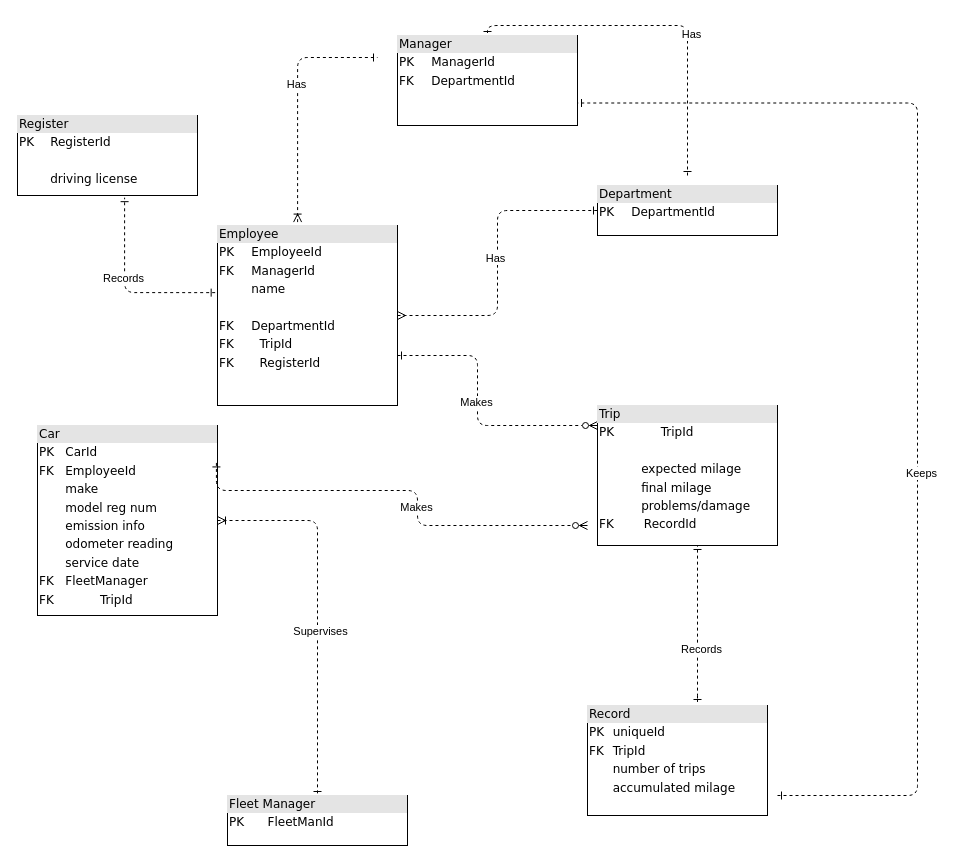
InesCortina/git-demo keeps this draw.io diagram as Untitled Diagram.drawio. Above is the earlier version. Source tidied: cells renumbered, new cells numbered last; positions are measured from the earlier drawing's top-left corner, leaving out a move shared by most shapes. Both pictures are drawn from the tidied source at 100%, with x=0, y=0 at pixel (17, 25).
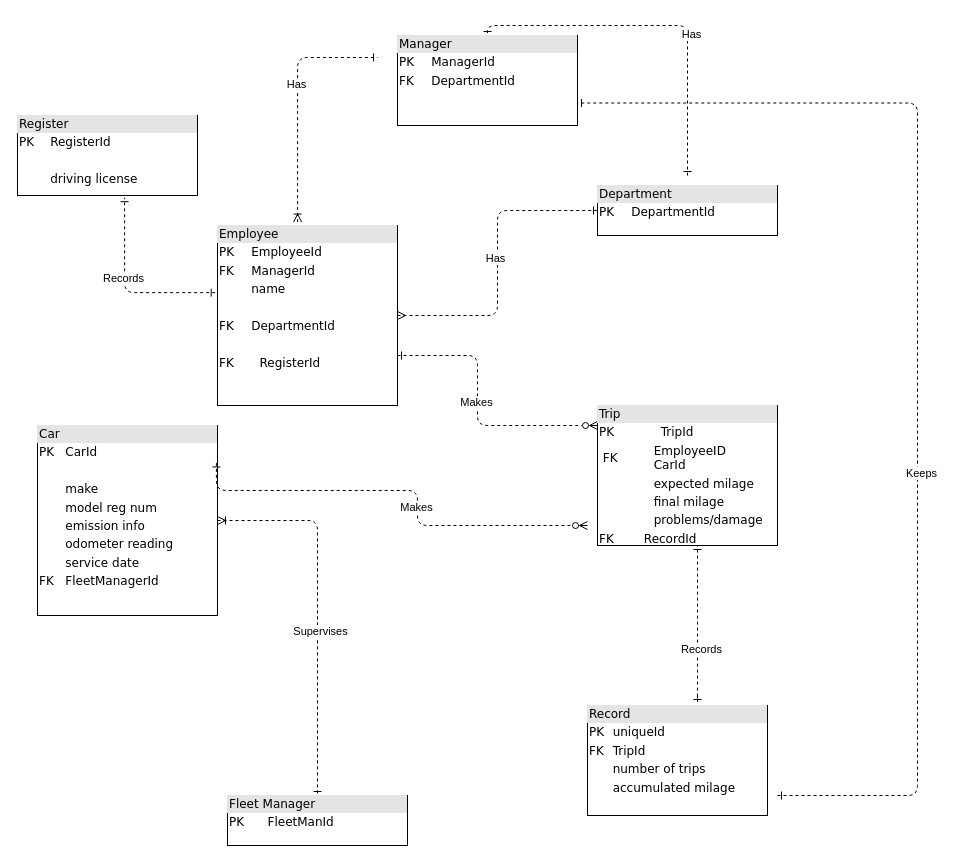
Above is the later version.

The edit, as a diff of the source:
```diff
@@
-    <mxCell id="6" value="&lt;div style=&quot;box-sizing: border-box ; width: 100% ; background: #e4e4e4 ; padding: 2px&quot;&gt;Employee&lt;br&gt;&lt;/div&gt;&lt;table style=&quot;border-color: var(--border-color); font-size: 1em; width: 180px;&quot; cellpadding=&quot;2&quot; cellspacing=&quot;0&quot;&gt;&lt;tbody style=&quot;border-color: var(--border-color);&quot;&gt;&lt;tr style=&quot;border-color: var(--border-color);&quot;&gt;&lt;td style=&quot;border-color: var(--border-color);&quot;&gt;PK&lt;/td&gt;&lt;td style=&quot;border-color: var(--border-color);&quot;&gt;EmployeeId&lt;/td&gt;&lt;/tr&gt;&lt;tr style=&quot;border-color: var(--border-color);&quot;&gt;&lt;td style=&quot;border-color: var(--border-color);&quot;&gt;FK&lt;/td&gt;&lt;td style=&quot;border-color: var(--border-color);&quot;&gt;ManagerId&lt;br style=&quot;border-color: var(--border-color);&quot;&gt;&lt;/td&gt;&lt;/tr&gt;&lt;tr style=&quot;border-color: var(--border-color);&quot;&gt;&lt;td style=&quot;border-color: var(--border-color);&quot;&gt;&lt;br style=&quot;border-color: var(--border-color);&quot;&gt;&lt;/td&gt;&lt;td style=&quot;border-color: var(--border-color);&quot;&gt;name&lt;/td&gt;&lt;/tr&gt;&lt;tr style=&quot;border-color: var(--border-color);&quot;&gt;&lt;td style=&quot;border-color: var(--border-color);&quot;&gt;&lt;br style=&quot;border-color: var(--border-color);&quot;&gt;&lt;/td&gt;&lt;td style=&quot;border-color: var(--border-color);&quot;&gt;&lt;br&gt;&lt;/td&gt;&lt;/tr&gt;&lt;tr style=&quot;border-color: var(--border-color);&quot;&gt;&lt;td style=&quot;border-color: var(--border-color);&quot;&gt;FK&lt;/td&gt;&lt;td style=&quot;border-color: var(--border-color);&quot;&gt;DepartmentId&lt;/td&gt;&lt;/tr&gt;&lt;/tbody&gt;&lt;/table&gt;&lt;table align=&quot;left&quot; style=&quot;width: 100% ; font-size: 1em&quot; cellpadding=&quot;2&quot; cellspacing=&quot;0&quot;&gt;&lt;tbody&gt;&lt;tr&gt;&lt;td&gt;FK&lt;/td&gt;&lt;td&gt;TripId&lt;br&gt;&lt;/td&gt;&lt;/tr&gt;&lt;tr&gt;&lt;td&gt;FK&lt;/td&gt;&lt;td&gt;RegisterId&lt;/td&gt;&lt;/tr&gt;&lt;/tbody&gt;&lt;/table&gt;" style="verticalAlign=top;align=left;overflow=fill;html=1;rounded=0;shadow=0;comic=0;labelBackgroundColor=none;strokeWidth=1;fontFamily=Verdana;fontSize=12;" parent="1" vertex="1">
+    <mxCell id="6" value="&lt;div style=&quot;box-sizing: border-box ; width: 100% ; background: #e4e4e4 ; padding: 2px&quot;&gt;Employee&lt;br&gt;&lt;/div&gt;&lt;table style=&quot;border-color: var(--border-color); font-size: 1em; width: 180px;&quot; cellpadding=&quot;2&quot; cellspacing=&quot;0&quot;&gt;&lt;tbody style=&quot;border-color: var(--border-color);&quot;&gt;&lt;tr style=&quot;border-color: var(--border-color);&quot;&gt;&lt;td style=&quot;border-color: var(--border-color);&quot;&gt;PK&lt;/td&gt;&lt;td style=&quot;border-color: var(--border-color);&quot;&gt;EmployeeId&lt;/td&gt;&lt;/tr&gt;&lt;tr style=&quot;border-color: var(--border-color);&quot;&gt;&lt;td style=&quot;border-color: var(--border-color);&quot;&gt;FK&lt;/td&gt;&lt;td style=&quot;border-color: var(--border-color);&quot;&gt;ManagerId&lt;br style=&quot;border-color: var(--border-color);&quot;&gt;&lt;/td&gt;&lt;/tr&gt;&lt;tr style=&quot;border-color: var(--border-color);&quot;&gt;&lt;td style=&quot;border-color: var(--border-color);&quot;&gt;&lt;br style=&quot;border-color: var(--border-color);&quot;&gt;&lt;/td&gt;&lt;td style=&quot;border-color: var(--border-color);&quot;&gt;name&lt;/td&gt;&lt;/tr&gt;&lt;tr style=&quot;border-color: var(--border-color);&quot;&gt;&lt;td style=&quot;border-color: var(--border-color);&quot;&gt;&lt;br style=&quot;border-color: var(--border-color);&quot;&gt;&lt;/td&gt;&lt;td style=&quot;border-color: var(--border-color);&quot;&gt;&lt;br&gt;&lt;/td&gt;&lt;/tr&gt;&lt;tr style=&quot;border-color: var(--border-color);&quot;&gt;&lt;td style=&quot;border-color: var(--border-color);&quot;&gt;FK&lt;/td&gt;&lt;td style=&quot;border-color: var(--border-color);&quot;&gt;DepartmentId&lt;/td&gt;&lt;/tr&gt;&lt;/tbody&gt;&lt;/table&gt;&lt;table align=&quot;left&quot; style=&quot;width: 100% ; font-size: 1em&quot; cellpadding=&quot;2&quot; cellspacing=&quot;0&quot;&gt;&lt;tbody&gt;&lt;tr&gt;&lt;td&gt;&lt;br&gt;&lt;/td&gt;&lt;td&gt;&lt;br&gt;&lt;/td&gt;&lt;/tr&gt;&lt;tr&gt;&lt;td&gt;FK&lt;/td&gt;&lt;td&gt;RegisterId&lt;/td&gt;&lt;/tr&gt;&lt;/tbody&gt;&lt;/table&gt;" style="verticalAlign=top;align=left;overflow=fill;html=1;rounded=0;shadow=0;comic=0;labelBackgroundColor=none;strokeWidth=1;fontFamily=Verdana;fontSize=12;" parent="1" vertex="1">
       <mxGeometry x="200" y="200" width="180" height="180" as="geometry" />
     </mxCell>
@@
-    <mxCell id="11" value="&lt;div style=&quot;box-sizing: border-box ; width: 100% ; background: #e4e4e4 ; padding: 2px&quot;&gt;Car&lt;br&gt;&lt;/div&gt;&lt;table style=&quot;border-color: var(--border-color); font-size: 1em; width: 180px;&quot; cellpadding=&quot;2&quot; cellspacing=&quot;0&quot;&gt;&lt;tbody style=&quot;border-color: var(--border-color);&quot;&gt;&lt;tr style=&quot;border-color: var(--border-color);&quot;&gt;&lt;td style=&quot;border-color: var(--border-color);&quot;&gt;PK&lt;/td&gt;&lt;td style=&quot;border-color: var(--border-color);&quot;&gt;CarId&lt;/td&gt;&lt;/tr&gt;&lt;tr style=&quot;border-color: var(--border-color);&quot;&gt;&lt;td style=&quot;border-color: var(--border-color);&quot;&gt;FK&lt;/td&gt;&lt;td style=&quot;border-color: var(--border-color);&quot;&gt;EmployeeId&lt;br style=&quot;border-color: var(--border-color);&quot;&gt;&lt;/td&gt;&lt;/tr&gt;&lt;tr style=&quot;border-color: var(--border-color);&quot;&gt;&lt;td style=&quot;border-color: var(--border-color);&quot;&gt;&lt;br style=&quot;border-color: var(--border-color);&quot;&gt;&lt;/td&gt;&lt;td style=&quot;border-color: var(--border-color);&quot;&gt;make&lt;/td&gt;&lt;/tr&gt;&lt;tr style=&quot;border-color: var(--border-color);&quot;&gt;&lt;td style=&quot;border-color: var(--border-color);&quot;&gt;&lt;br style=&quot;border-color: var(--border-color);&quot;&gt;&lt;/td&gt;&lt;td style=&quot;border-color: var(--border-color);&quot;&gt;model reg num&lt;/td&gt;&lt;/tr&gt;&lt;tr style=&quot;border-color: var(--border-color);&quot;&gt;&lt;td style=&quot;border-color: var(--border-color);&quot;&gt;&lt;br style=&quot;border-color: var(--border-color);&quot;&gt;&lt;/td&gt;&lt;td style=&quot;border-color: var(--border-color);&quot;&gt;emission info&lt;/td&gt;&lt;/tr&gt;&lt;tr style=&quot;border-color: var(--border-color);&quot;&gt;&lt;td style=&quot;border-color: var(--border-color);&quot;&gt;&lt;br style=&quot;border-color: var(--border-color);&quot;&gt;&lt;/td&gt;&lt;td style=&quot;border-color: var(--border-color);&quot;&gt;odometer reading&lt;/td&gt;&lt;/tr&gt;&lt;tr style=&quot;border-color: var(--border-color);&quot;&gt;&lt;td style=&quot;border-color: var(--border-color);&quot;&gt;&lt;br style=&quot;border-color: var(--border-color);&quot;&gt;&lt;/td&gt;&lt;td style=&quot;border-color: var(--border-color);&quot;&gt;service date&lt;/td&gt;&lt;/tr&gt;&lt;tr style=&quot;border-color: var(--border-color);&quot;&gt;&lt;td style=&quot;border-color: var(--border-color);&quot;&gt;FK&lt;/td&gt;&lt;td style=&quot;border-color: var(--border-color);&quot;&gt;FleetManager&lt;/td&gt;&lt;/tr&gt;&lt;/tbody&gt;&lt;/table&gt;&lt;table style=&quot;width: 100% ; font-size: 1em&quot; cellpadding=&quot;2&quot; cellspacing=&quot;0&quot;&gt;&lt;tbody&gt;&lt;tr&gt;&lt;td&gt;FK&lt;/td&gt;&lt;td&gt;TripId&lt;/td&gt;&lt;/tr&gt;&lt;tr&gt;&lt;td&gt;&lt;br&gt;&lt;/td&gt;&lt;td&gt;&lt;/td&gt;&lt;/tr&gt;&lt;/tbody&gt;&lt;/table&gt;" style="verticalAlign=top;align=left;overflow=fill;html=1;rounded=0;shadow=0;comic=0;labelBackgroundColor=none;strokeWidth=1;fontFamily=Verdana;fontSize=12;" parent="1" vertex="1">
+    <mxCell id="11" value="&lt;div style=&quot;box-sizing: border-box ; width: 100% ; background: #e4e4e4 ; padding: 2px&quot;&gt;Car&lt;br&gt;&lt;/div&gt;&lt;table style=&quot;border-color: var(--border-color); font-size: 1em; width: 180px;&quot; cellpadding=&quot;2&quot; cellspacing=&quot;0&quot;&gt;&lt;tbody style=&quot;border-color: var(--border-color);&quot;&gt;&lt;tr style=&quot;border-color: var(--border-color);&quot;&gt;&lt;td style=&quot;border-color: var(--border-color);&quot;&gt;PK&lt;/td&gt;&lt;td style=&quot;border-color: var(--border-color);&quot;&gt;CarId&lt;/td&gt;&lt;/tr&gt;&lt;tr style=&quot;border-color: var(--border-color);&quot;&gt;&lt;td style=&quot;border-color: var(--border-color);&quot;&gt;&lt;/td&gt;&lt;td style=&quot;border-color: var(--border-color);&quot;&gt;&lt;br style=&quot;border-color: var(--border-color);&quot;&gt;&lt;/td&gt;&lt;/tr&gt;&lt;tr style=&quot;border-color: var(--border-color);&quot;&gt;&lt;td style=&quot;border-color: var(--border-color);&quot;&gt;&lt;br style=&quot;border-color: var(--border-color);&quot;&gt;&lt;/td&gt;&lt;td style=&quot;border-color: var(--border-color);&quot;&gt;make&lt;/td&gt;&lt;/tr&gt;&lt;tr style=&quot;border-color: var(--border-color);&quot;&gt;&lt;td style=&quot;border-color: var(--border-color);&quot;&gt;&lt;br style=&quot;border-color: var(--border-color);&quot;&gt;&lt;/td&gt;&lt;td style=&quot;border-color: var(--border-color);&quot;&gt;model reg num&lt;/td&gt;&lt;/tr&gt;&lt;tr style=&quot;border-color: var(--border-color);&quot;&gt;&lt;td style=&quot;border-color: var(--border-color);&quot;&gt;&lt;br style=&quot;border-color: var(--border-color);&quot;&gt;&lt;/td&gt;&lt;td style=&quot;border-color: var(--border-color);&quot;&gt;emission info&lt;/td&gt;&lt;/tr&gt;&lt;tr style=&quot;border-color: var(--border-color);&quot;&gt;&lt;td style=&quot;border-color: var(--border-color);&quot;&gt;&lt;br style=&quot;border-color: var(--border-color);&quot;&gt;&lt;/td&gt;&lt;td style=&quot;border-color: var(--border-color);&quot;&gt;odometer reading&lt;/td&gt;&lt;/tr&gt;&lt;tr style=&quot;border-color: var(--border-color);&quot;&gt;&lt;td style=&quot;border-color: var(--border-color);&quot;&gt;&lt;br style=&quot;border-color: var(--border-color);&quot;&gt;&lt;/td&gt;&lt;td style=&quot;border-color: var(--border-color);&quot;&gt;service date&lt;/td&gt;&lt;/tr&gt;&lt;tr style=&quot;border-color: var(--border-color);&quot;&gt;&lt;td style=&quot;border-color: var(--border-color);&quot;&gt;FK&lt;/td&gt;&lt;td style=&quot;border-color: var(--border-color);&quot;&gt;FleetManagerId&lt;/td&gt;&lt;/tr&gt;&lt;/tbody&gt;&lt;/table&gt;&lt;table style=&quot;width: 100% ; font-size: 1em&quot; cellpadding=&quot;2&quot; cellspacing=&quot;0&quot;&gt;&lt;tbody&gt;&lt;tr&gt;&lt;td&gt;&lt;br&gt;&lt;/td&gt;&lt;td&gt;&lt;/td&gt;&lt;/tr&gt;&lt;tr&gt;&lt;td&gt;&lt;br&gt;&lt;/td&gt;&lt;td&gt;&lt;/td&gt;&lt;/tr&gt;&lt;/tbody&gt;&lt;/table&gt;" style="verticalAlign=top;align=left;overflow=fill;html=1;rounded=0;shadow=0;comic=0;labelBackgroundColor=none;strokeWidth=1;fontFamily=Verdana;fontSize=12;" parent="1" vertex="1">
       <mxGeometry x="20" y="400" width="180" height="190" as="geometry" />
     </mxCell>
@@
-    <mxCell id="15" value="&lt;div style=&quot;box-sizing: border-box ; width: 100% ; background: #e4e4e4 ; padding: 2px&quot;&gt;Trip&lt;/div&gt;&lt;table style=&quot;border-color: var(--border-color); font-size: 1em; width: 180px;&quot; cellpadding=&quot;2&quot; cellspacing=&quot;0&quot;&gt;&lt;tbody style=&quot;border-color: var(--border-color);&quot;&gt;&lt;tr style=&quot;border-color: var(--border-color);&quot;&gt;&lt;td style=&quot;border-color: var(--border-color);&quot;&gt;PK&lt;/td&gt;&lt;td style=&quot;border-color: var(--border-color);&quot;&gt;TripId&lt;/td&gt;&lt;/tr&gt;&lt;/tbody&gt;&lt;/table&gt;&lt;table style=&quot;width: 100% ; font-size: 1em&quot; cellpadding=&quot;2&quot; cellspacing=&quot;0&quot;&gt;&lt;tbody&gt;&lt;tr&gt;&lt;td&gt;&amp;nbsp; &amp;nbsp; &amp;nbsp; &amp;nbsp;&amp;nbsp;&lt;/td&gt;&lt;td&gt;&lt;/td&gt;&lt;/tr&gt;&lt;tr&gt;&lt;td&gt;&lt;br&gt;&lt;/td&gt;&lt;td&gt;expected milage&lt;/td&gt;&lt;/tr&gt;&lt;tr&gt;&lt;td&gt;&lt;br&gt;&lt;/td&gt;&lt;td&gt;final milage&lt;br&gt;&lt;/td&gt;&lt;/tr&gt;&lt;tr&gt;&lt;td&gt;&lt;br&gt;&lt;/td&gt;&lt;td&gt;problems/damage&lt;/td&gt;&lt;/tr&gt;&lt;/tbody&gt;&lt;/table&gt;&lt;table style=&quot;border-color: var(--border-color); font-size: 1em; width: 180px;&quot; cellpadding=&quot;2&quot; cellspacing=&quot;0&quot;&gt;&lt;tbody style=&quot;border-color: var(--border-color);&quot;&gt;&lt;tr style=&quot;border-color: var(--border-color);&quot;&gt;&lt;td style=&quot;border-color: var(--border-color);&quot;&gt;FK&lt;/td&gt;&lt;td style=&quot;border-color: var(--border-color);&quot;&gt;RecordId&lt;/td&gt;&lt;/tr&gt;&lt;/tbody&gt;&lt;/table&gt;" style="verticalAlign=top;align=left;overflow=fill;html=1;rounded=0;shadow=0;comic=0;labelBackgroundColor=none;strokeWidth=1;fontFamily=Verdana;fontSize=12;" parent="1" vertex="1">
+    <mxCell id="15" value="&lt;div style=&quot;box-sizing: border-box ; width: 100% ; background: #e4e4e4 ; padding: 2px&quot;&gt;Trip&lt;/div&gt;&lt;table style=&quot;border-color: var(--border-color); font-size: 1em; width: 180px;&quot; cellpadding=&quot;2&quot; cellspacing=&quot;0&quot;&gt;&lt;tbody style=&quot;border-color: var(--border-color);&quot;&gt;&lt;tr style=&quot;border-color: var(--border-color);&quot;&gt;&lt;td style=&quot;border-color: var(--border-color);&quot;&gt;PK&lt;/td&gt;&lt;td style=&quot;border-color: var(--border-color);&quot;&gt;TripId&lt;/td&gt;&lt;/tr&gt;&lt;/tbody&gt;&lt;/table&gt;&lt;table style=&quot;width: 100% ; font-size: 1em&quot; cellpadding=&quot;2&quot; cellspacing=&quot;0&quot;&gt;&lt;tbody&gt;&lt;tr&gt;&lt;td&gt;&amp;nbsp;FK&amp;nbsp; &amp;nbsp; &amp;nbsp; &amp;nbsp;&lt;/td&gt;&lt;td&gt;EmployeeID&lt;br&gt;CarId&lt;/td&gt;&lt;/tr&gt;&lt;tr&gt;&lt;td&gt;&lt;br&gt;&lt;/td&gt;&lt;td&gt;expected milage&lt;/td&gt;&lt;/tr&gt;&lt;tr&gt;&lt;td&gt;&lt;br&gt;&lt;/td&gt;&lt;td&gt;final milage&lt;br&gt;&lt;/td&gt;&lt;/tr&gt;&lt;tr&gt;&lt;td&gt;&lt;br&gt;&lt;/td&gt;&lt;td&gt;problems/damage&lt;/td&gt;&lt;/tr&gt;&lt;/tbody&gt;&lt;/table&gt;&lt;table style=&quot;border-color: var(--border-color); font-size: 1em; width: 180px;&quot; cellpadding=&quot;2&quot; cellspacing=&quot;0&quot;&gt;&lt;tbody style=&quot;border-color: var(--border-color);&quot;&gt;&lt;tr style=&quot;border-color: var(--border-color);&quot;&gt;&lt;td style=&quot;border-color: var(--border-color);&quot;&gt;FK&lt;/td&gt;&lt;td style=&quot;border-color: var(--border-color);&quot;&gt;RecordId&lt;/td&gt;&lt;/tr&gt;&lt;/tbody&gt;&lt;/table&gt;" style="verticalAlign=top;align=left;overflow=fill;html=1;rounded=0;shadow=0;comic=0;labelBackgroundColor=none;strokeWidth=1;fontFamily=Verdana;fontSize=12;" parent="1" vertex="1">
       <mxGeometry x="580" y="380" width="180" height="140" as="geometry" />
     </mxCell>
```
